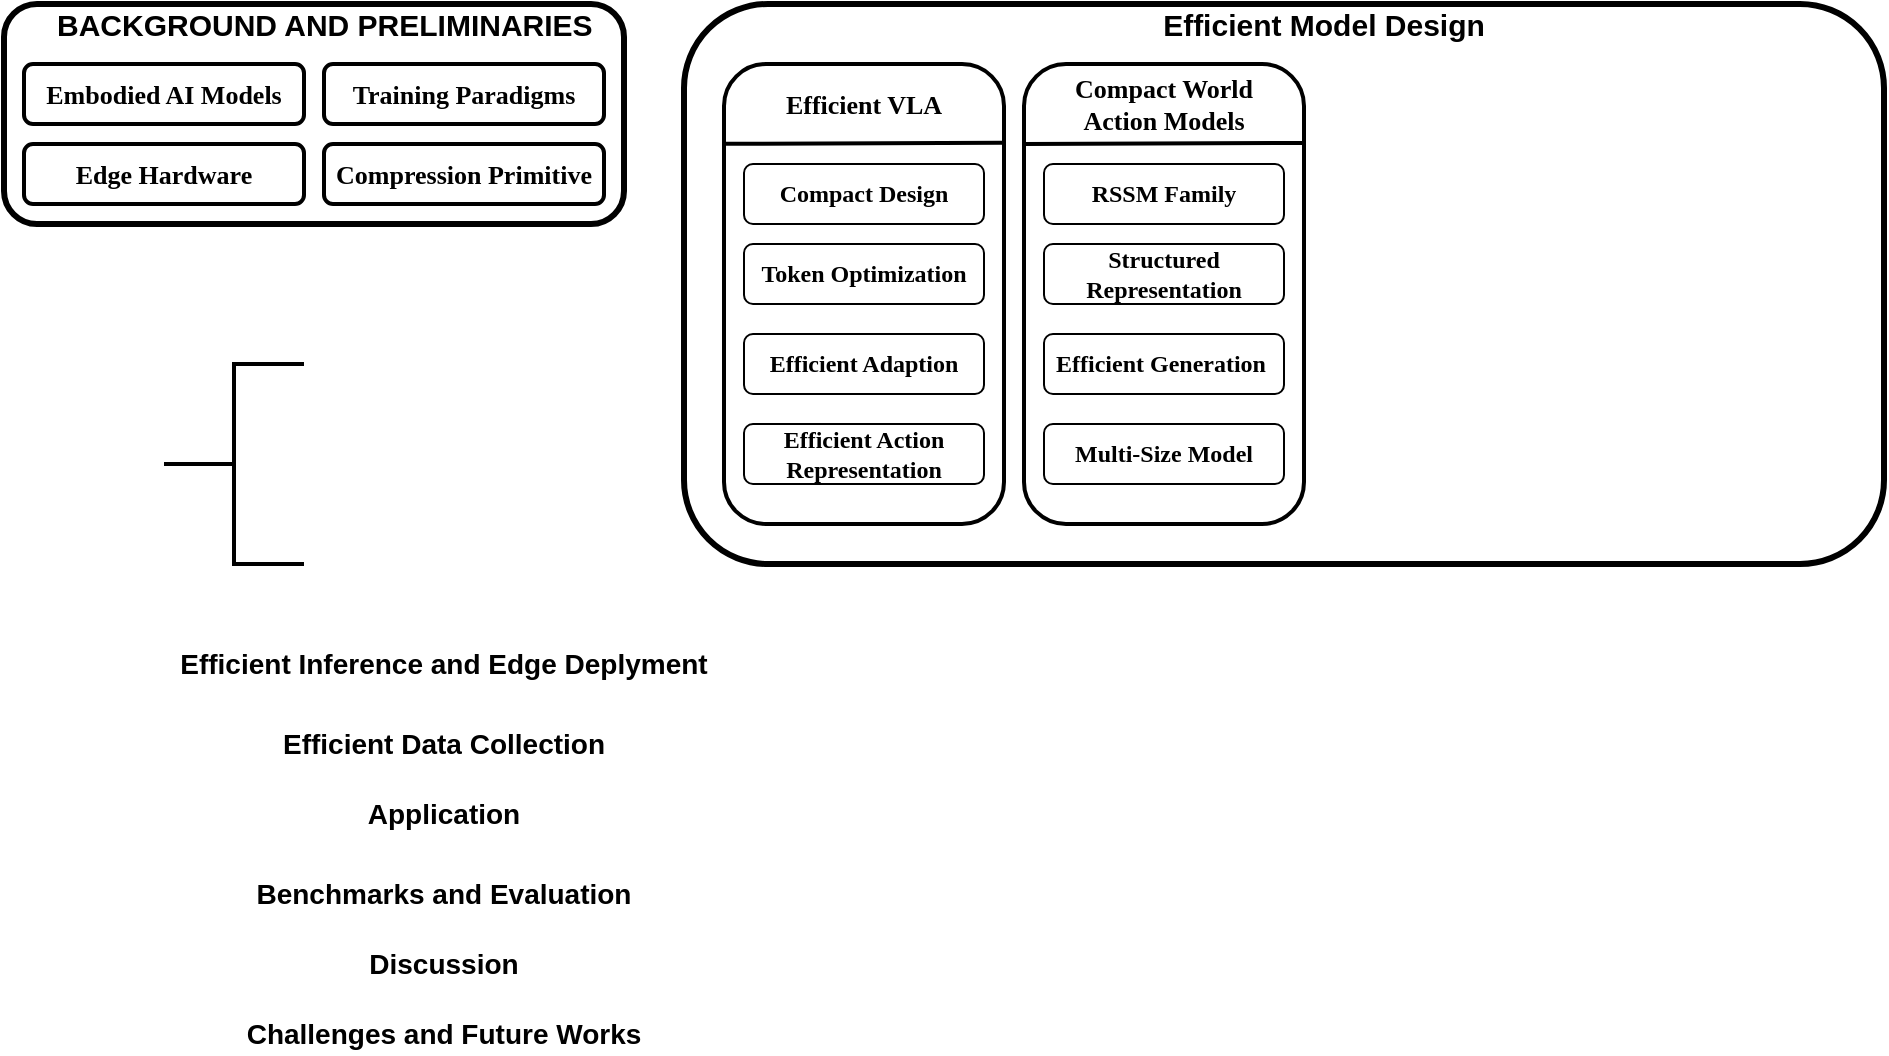
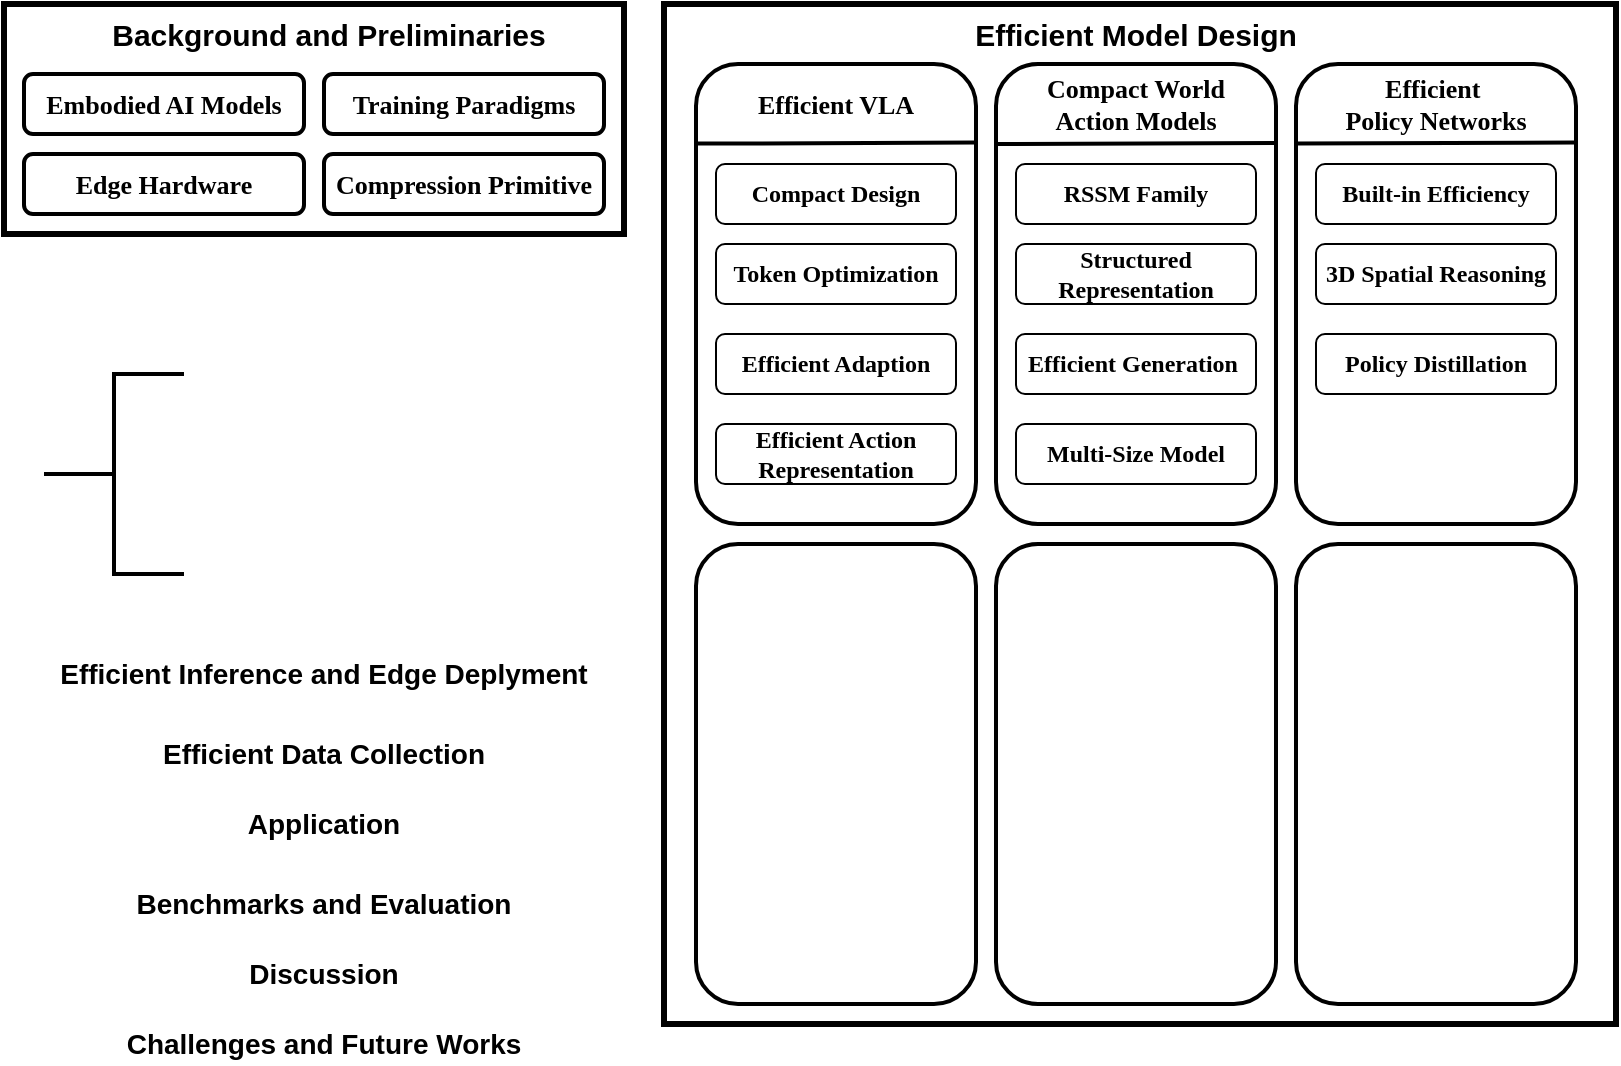
<mxfile host="app.diagrams.net">
  <diagram name="第 1 页" id="xv9Lnx2gyYwYQaEzt8dN">
-     <mxGraphModel dx="1063" dy="543" grid="1" gridSize="10" guides="1" tooltips="1" connect="1" arrows="1" fold="1" page="1" pageScale="1" pageWidth="827" pageHeight="1169" math="0" shadow="0">
+     <mxGraphModel dx="1285" dy="657" grid="1" gridSize="10" guides="1" tooltips="1" connect="1" arrows="1" fold="1" page="1" pageScale="1" pageWidth="827" pageHeight="1169" math="0" shadow="0">
      <root>
        <mxCell id="0" />
        <mxCell id="1" parent="0" />
-         <mxCell id="mN9CjeCU7Y2PogCVv73L-1" parent="1" style="rounded=1;whiteSpace=wrap;html=1;strokeWidth=3;" value="" vertex="1">
-           <mxGeometry height="110" width="310" x="70" y="60" as="geometry" />
+         <mxCell id="P4z1W6zyqtdSm3awDH87-12" parent="1" style="rounded=0;whiteSpace=wrap;html=1;strokeWidth=3;" value="" vertex="1">
+           <mxGeometry height="115" width="310" x="130" y="55" as="geometry" />
+         </mxCell>
+         <mxCell id="P4z1W6zyqtdSm3awDH87-11" parent="1" style="rounded=0;whiteSpace=wrap;html=1;strokeWidth=3;" value="" vertex="1">
+           <mxGeometry height="510" width="476" x="460" y="55" as="geometry" />
        </mxCell>
        <mxCell id="mN9CjeCU7Y2PogCVv73L-6" parent="1" style="rounded=1;whiteSpace=wrap;html=1;strokeWidth=2;" value="&lt;font style=&quot;font-size: 13px;&quot; face=&quot;Comic Sans MS&quot;&gt;&lt;b style=&quot;&quot;&gt;Training Paradigms&lt;/b&gt;&lt;/font&gt;" vertex="1">
-           <mxGeometry height="30" width="140" x="230" y="90" as="geometry" />
+           <mxGeometry height="30" width="140" x="290" y="90" as="geometry" />
        </mxCell>
        <mxCell id="mN9CjeCU7Y2PogCVv73L-5" parent="1" style="rounded=1;whiteSpace=wrap;html=1;strokeWidth=2;" value="&lt;font style=&quot;font-size: 13px;&quot; face=&quot;Comic Sans MS&quot;&gt;&lt;b style=&quot;&quot;&gt;Edge Hardware&lt;/b&gt;&lt;/font&gt;" vertex="1">
-           <mxGeometry height="30" width="140" x="80" y="130" as="geometry" />
+           <mxGeometry height="30" width="140" x="140" y="130" as="geometry" />
        </mxCell>
        <mxCell id="mN9CjeCU7Y2PogCVv73L-8" parent="1" style="rounded=1;whiteSpace=wrap;html=1;strokeWidth=2;" value="&lt;font style=&quot;font-size: 13px;&quot; face=&quot;Comic Sans MS&quot;&gt;&lt;b style=&quot;&quot;&gt;Compression Primitive&lt;/b&gt;&lt;/font&gt;" vertex="1">
-           <mxGeometry height="30" width="140" x="230" y="130" as="geometry" />
+           <mxGeometry height="30" width="140" x="290" y="130" as="geometry" />
        </mxCell>
        <mxCell id="mN9CjeCU7Y2PogCVv73L-4" parent="1" style="rounded=1;whiteSpace=wrap;html=1;strokeWidth=2;" value="&lt;font style=&quot;font-size: 13px;&quot; face=&quot;Comic Sans MS&quot;&gt;&lt;b style=&quot;&quot;&gt;Embodied AI Models&lt;/b&gt;&lt;/font&gt;" vertex="1">
-           <mxGeometry height="30" width="140" x="80" y="90" as="geometry" />
+           <mxGeometry height="30" width="140" x="140" y="90" as="geometry" />
        </mxCell>
-         <mxCell id="mN9CjeCU7Y2PogCVv73L-2" parent="1" style="text;html=1;whiteSpace=wrap;strokeColor=none;fillColor=none;align=center;verticalAlign=middle;rounded=0;" value="&lt;font face=&quot;Helvetica&quot; style=&quot;font-size: 15px;&quot;&gt;&lt;b style=&quot;&quot;&gt;BACKGROUND AND PRELIMINARIES&amp;nbsp;&lt;/b&gt;&lt;/font&gt;" vertex="1">
-           <mxGeometry height="20" width="275" x="95" y="60" as="geometry" />
-         </mxCell>
-         <mxCell id="mN9CjeCU7Y2PogCVv73L-9" parent="1" style="rounded=1;whiteSpace=wrap;html=1;strokeWidth=3;" value="" vertex="1">
-           <mxGeometry height="280" width="600" x="410" y="60" as="geometry" />
+         <mxCell id="mN9CjeCU7Y2PogCVv73L-2" parent="1" style="text;html=1;whiteSpace=wrap;strokeColor=none;fillColor=none;align=center;verticalAlign=middle;rounded=0;" value="&lt;font face=&quot;Helvetica&quot; style=&quot;font-size: 15px;&quot;&gt;&lt;b style=&quot;&quot;&gt;Background and Preliminaries&lt;/b&gt;&lt;/font&gt;" vertex="1">
+           <mxGeometry height="20" width="275" x="155" y="60" as="geometry" />
        </mxCell>
        <mxCell id="mN9CjeCU7Y2PogCVv73L-10" parent="1" style="text;html=1;whiteSpace=wrap;strokeColor=none;fillColor=none;align=center;verticalAlign=middle;rounded=0;" value="&lt;font face=&quot;Helvetica&quot; style=&quot;font-size: 15px;&quot;&gt;&lt;b style=&quot;&quot;&gt;Efficient Model Design&lt;/b&gt;&lt;/font&gt;" vertex="1">
-           <mxGeometry height="20" width="200" x="630" y="60" as="geometry" />
+           <mxGeometry height="20" width="200" x="596" y="60" as="geometry" />
        </mxCell>
        <mxCell id="mN9CjeCU7Y2PogCVv73L-11" parent="1" style="text;html=1;whiteSpace=wrap;strokeColor=none;fillColor=none;align=center;verticalAlign=middle;rounded=0;" value="&lt;font face=&quot;Helvetica&quot; style=&quot;font-size: 14px;&quot;&gt;&lt;b style=&quot;&quot;&gt;Efficient Inference and Edge Deplyment&lt;/b&gt;&lt;/font&gt;" vertex="1">
          <mxGeometry height="20" width="300" x="140" y="380" as="geometry" />
        </mxCell>
        <mxCell id="mN9CjeCU7Y2PogCVv73L-12" parent="1" style="text;html=1;whiteSpace=wrap;strokeColor=none;fillColor=none;align=center;verticalAlign=middle;rounded=0;" value="&lt;font face=&quot;Helvetica&quot; style=&quot;font-size: 14px;&quot;&gt;&lt;b style=&quot;&quot;&gt;Efficient Data Collection&lt;/b&gt;&lt;/font&gt;" vertex="1">
          <mxGeometry height="20" width="260" x="160" y="420" as="geometry" />
        </mxCell>
        <mxCell id="mN9CjeCU7Y2PogCVv73L-14" parent="1" style="text;html=1;whiteSpace=wrap;strokeColor=none;fillColor=none;align=center;verticalAlign=middle;rounded=0;" value="&lt;font face=&quot;Helvetica&quot; style=&quot;font-size: 14px;&quot;&gt;&lt;b style=&quot;&quot;&gt;Application&lt;/b&gt;&lt;/font&gt;" vertex="1">
          <mxGeometry height="20" width="260" x="160" y="455" as="geometry" />
        </mxCell>
        <mxCell id="mN9CjeCU7Y2PogCVv73L-15" parent="1" style="text;html=1;whiteSpace=wrap;strokeColor=none;fillColor=none;align=center;verticalAlign=middle;rounded=0;" value="&lt;font face=&quot;Helvetica&quot; style=&quot;font-size: 14px;&quot;&gt;&lt;b style=&quot;&quot;&gt;Benchmarks and Evaluation&lt;/b&gt;&lt;/font&gt;" vertex="1">
          <mxGeometry height="20" width="260" x="160" y="495" as="geometry" />
        </mxCell>
        <mxCell id="mN9CjeCU7Y2PogCVv73L-16" parent="1" style="text;html=1;whiteSpace=wrap;strokeColor=none;fillColor=none;align=center;verticalAlign=middle;rounded=0;" value="&lt;font face=&quot;Helvetica&quot; style=&quot;font-size: 14px;&quot;&gt;&lt;b style=&quot;&quot;&gt;Challenges and Future Works&lt;/b&gt;&lt;/font&gt;" vertex="1">
          <mxGeometry height="20" width="260" x="160" y="565" as="geometry" />
        </mxCell>
        <mxCell id="mN9CjeCU7Y2PogCVv73L-17" parent="1" style="text;html=1;whiteSpace=wrap;strokeColor=none;fillColor=none;align=center;verticalAlign=middle;rounded=0;" value="&lt;font face=&quot;Helvetica&quot; style=&quot;font-size: 14px;&quot;&gt;&lt;b style=&quot;&quot;&gt;Discussion&lt;/b&gt;&lt;/font&gt;" vertex="1">
          <mxGeometry height="20" width="260" x="160" y="530" as="geometry" />
        </mxCell>
        <mxCell id="mN9CjeCU7Y2PogCVv73L-18" parent="1" style="strokeWidth=2;html=1;shape=mxgraph.flowchart.annotation_2;align=left;labelPosition=right;pointerEvents=1;" value="" vertex="1">
          <mxGeometry height="100" width="70" x="150" y="240" as="geometry" />
        </mxCell>
        <mxCell id="mN9CjeCU7Y2PogCVv73L-19" parent="1" style="rounded=1;whiteSpace=wrap;html=1;strokeWidth=2;" value="" vertex="1">
-           <mxGeometry height="230" width="140" x="430" y="90" as="geometry" />
+           <mxGeometry height="230" width="140" x="476" y="85" as="geometry" />
        </mxCell>
        <mxCell id="mN9CjeCU7Y2PogCVv73L-20" parent="1" style="text;html=1;whiteSpace=wrap;strokeColor=none;fillColor=none;align=center;verticalAlign=middle;rounded=0;" value="&lt;b style=&quot;font-size: 13px;&quot;&gt;&lt;font face=&quot;Comic Sans MS&quot;&gt;Efficient VLA&lt;/font&gt;&lt;/b&gt;" vertex="1">
-           <mxGeometry height="20" width="120" x="440" y="100" as="geometry" />
+           <mxGeometry height="20" width="120" x="486" y="95" as="geometry" />
        </mxCell>
        <mxCell id="mN9CjeCU7Y2PogCVv73L-21" edge="1" parent="1" style="endArrow=none;html=1;rounded=0;entryX=0.996;entryY=0.065;entryDx=0;entryDy=0;entryPerimeter=0;strokeWidth=2;" value="">
          <mxGeometry height="50" relative="1" width="50" as="geometry">
-             <mxPoint x="430" y="129.93" as="sourcePoint" />
-             <mxPoint x="569.44" y="129.43" as="targetPoint" />
+             <mxPoint x="476.56" y="124.81" as="sourcePoint" />
+             <mxPoint x="616" y="124.31" as="targetPoint" />
          </mxGeometry>
        </mxCell>
        <mxCell id="mN9CjeCU7Y2PogCVv73L-22" parent="1" style="rounded=1;whiteSpace=wrap;html=1;" value="&lt;b&gt;&lt;font face=&quot;Comic Sans MS&quot;&gt;Compact Design&lt;/font&gt;&lt;/b&gt;" vertex="1">
-           <mxGeometry height="30" width="120" x="440" y="140" as="geometry" />
+           <mxGeometry height="30" width="120" x="486" y="135" as="geometry" />
        </mxCell>
        <mxCell id="mN9CjeCU7Y2PogCVv73L-23" parent="1" style="rounded=1;whiteSpace=wrap;html=1;" value="&lt;b&gt;&lt;font face=&quot;Comic Sans MS&quot;&gt;Efficient Adaption&lt;/font&gt;&lt;/b&gt;" vertex="1">
-           <mxGeometry height="30" width="120" x="440" y="225" as="geometry" />
+           <mxGeometry height="30" width="120" x="486" y="220" as="geometry" />
        </mxCell>
        <mxCell id="mN9CjeCU7Y2PogCVv73L-24" parent="1" style="rounded=1;whiteSpace=wrap;html=1;" value="&lt;font face=&quot;Comic Sans MS&quot;&gt;&lt;b&gt;Efficient Action Representation&lt;/b&gt;&lt;/font&gt;" vertex="1">
-           <mxGeometry height="30" width="120" x="440" y="270" as="geometry" />
+           <mxGeometry height="30" width="120" x="486" y="265" as="geometry" />
        </mxCell>
        <mxCell id="mN9CjeCU7Y2PogCVv73L-26" parent="1" style="rounded=1;whiteSpace=wrap;html=1;" value="&lt;b&gt;&lt;font face=&quot;Comic Sans MS&quot;&gt;Token Optimization&lt;/font&gt;&lt;/b&gt;" vertex="1">
-           <mxGeometry height="30" width="120" x="440" y="180" as="geometry" />
+           <mxGeometry height="30" width="120" x="486" y="175" as="geometry" />
        </mxCell>
        <mxCell id="mN9CjeCU7Y2PogCVv73L-27" parent="1" style="rounded=1;whiteSpace=wrap;html=1;strokeWidth=2;" value="" vertex="1">
-           <mxGeometry height="230" width="140" x="580" y="90" as="geometry" />
+           <mxGeometry height="230" width="140" x="626" y="85" as="geometry" />
        </mxCell>
        <mxCell id="mN9CjeCU7Y2PogCVv73L-28" parent="1" style="text;html=1;whiteSpace=wrap;strokeColor=none;fillColor=none;align=center;verticalAlign=middle;rounded=0;" value="&lt;b style=&quot;font-size: 13px;&quot;&gt;&lt;font face=&quot;Comic Sans MS&quot;&gt;Compact World Action Models&lt;/font&gt;&lt;/b&gt;" vertex="1">
-           <mxGeometry height="20" width="120" x="590" y="100" as="geometry" />
+           <mxGeometry height="20" width="120" x="636" y="95" as="geometry" />
        </mxCell>
        <mxCell id="mN9CjeCU7Y2PogCVv73L-29" edge="1" parent="1" style="endArrow=none;html=1;rounded=0;entryX=0.996;entryY=0.065;entryDx=0;entryDy=0;entryPerimeter=0;strokeWidth=2;" value="">
          <mxGeometry height="50" relative="1" width="50" as="geometry">
-             <mxPoint x="580.56" y="130" as="sourcePoint" />
-             <mxPoint x="720" y="129.5" as="targetPoint" />
+             <mxPoint x="626.56" y="125" as="sourcePoint" />
+             <mxPoint x="766" y="124.5" as="targetPoint" />
          </mxGeometry>
        </mxCell>
        <mxCell id="mN9CjeCU7Y2PogCVv73L-30" parent="1" style="rounded=1;whiteSpace=wrap;html=1;" value="&lt;b&gt;&lt;font face=&quot;Comic Sans MS&quot;&gt;RSSM Family&lt;/font&gt;&lt;/b&gt;" vertex="1">
-           <mxGeometry height="30" width="120" x="590" y="140" as="geometry" />
+           <mxGeometry height="30" width="120" x="636" y="135" as="geometry" />
        </mxCell>
        <mxCell id="mN9CjeCU7Y2PogCVv73L-31" parent="1" style="rounded=1;whiteSpace=wrap;html=1;" value="&lt;b&gt;&lt;font face=&quot;Comic Sans MS&quot;&gt;Multi-Size Model&lt;/font&gt;&lt;/b&gt;" vertex="1">
-           <mxGeometry height="30" width="120" x="590" y="270" as="geometry" />
+           <mxGeometry height="30" width="120" x="636" y="265" as="geometry" />
        </mxCell>
        <mxCell id="mN9CjeCU7Y2PogCVv73L-32" parent="1" style="rounded=1;whiteSpace=wrap;html=1;" value="&lt;font face=&quot;Comic Sans MS&quot;&gt;&lt;b&gt;Efficient Generation&amp;nbsp;&lt;/b&gt;&lt;/font&gt;" vertex="1">
-           <mxGeometry height="30" width="120" x="590" y="225" as="geometry" />
+           <mxGeometry height="30" width="120" x="636" y="220" as="geometry" />
        </mxCell>
        <mxCell id="mN9CjeCU7Y2PogCVv73L-33" parent="1" style="rounded=1;whiteSpace=wrap;html=1;" value="&lt;b&gt;&lt;font face=&quot;Comic Sans MS&quot;&gt;Structured Representation&lt;/font&gt;&lt;/b&gt;" vertex="1">
-           <mxGeometry height="30" width="120" x="590" y="180" as="geometry" />
+           <mxGeometry height="30" width="120" x="636" y="175" as="geometry" />
+         </mxCell>
+         <mxCell id="P4z1W6zyqtdSm3awDH87-1" parent="1" style="rounded=1;whiteSpace=wrap;html=1;strokeWidth=2;" value="" vertex="1">
+           <mxGeometry height="230" width="140" x="776" y="85" as="geometry" />
+         </mxCell>
+         <mxCell id="P4z1W6zyqtdSm3awDH87-2" edge="1" parent="1" style="endArrow=none;html=1;rounded=0;entryX=0.996;entryY=0.065;entryDx=0;entryDy=0;entryPerimeter=0;strokeWidth=2;" value="">
+           <mxGeometry height="50" relative="1" width="50" as="geometry">
+             <mxPoint x="776.56" y="124.81" as="sourcePoint" />
+             <mxPoint x="916" y="124.31" as="targetPoint" />
+           </mxGeometry>
+         </mxCell>
+         <mxCell id="P4z1W6zyqtdSm3awDH87-3" parent="1" style="text;html=1;whiteSpace=wrap;strokeColor=none;fillColor=none;align=center;verticalAlign=middle;rounded=0;" value="&lt;b style=&quot;font-size: 13px;&quot;&gt;&lt;font face=&quot;Comic Sans MS&quot;&gt;Efficient&amp;nbsp;&lt;/font&gt;&lt;/b&gt;&lt;div&gt;&lt;b style=&quot;font-size: 13px;&quot;&gt;&lt;font face=&quot;Comic Sans MS&quot;&gt;Policy Networks&lt;/font&gt;&lt;/b&gt;&lt;/div&gt;" vertex="1">
+           <mxGeometry height="20" width="120" x="786" y="95" as="geometry" />
+         </mxCell>
+         <mxCell id="P4z1W6zyqtdSm3awDH87-4" parent="1" style="rounded=1;whiteSpace=wrap;html=1;" value="&lt;b&gt;&lt;font face=&quot;Comic Sans MS&quot;&gt;3D Spatial Reasoning&lt;/font&gt;&lt;/b&gt;" vertex="1">
+           <mxGeometry height="30" width="120" x="786" y="175" as="geometry" />
+         </mxCell>
+         <mxCell id="P4z1W6zyqtdSm3awDH87-6" parent="1" style="rounded=1;whiteSpace=wrap;html=1;" value="&lt;font face=&quot;Comic Sans MS&quot;&gt;&lt;b&gt;Policy Distillation&lt;/b&gt;&lt;/font&gt;" vertex="1">
+           <mxGeometry height="30" width="120" x="786" y="220" as="geometry" />
+         </mxCell>
+         <mxCell id="P4z1W6zyqtdSm3awDH87-7" parent="1" style="rounded=1;whiteSpace=wrap;html=1;" value="&lt;font face=&quot;Comic Sans MS&quot;&gt;&lt;b&gt;Built-in Efficiency&lt;/b&gt;&lt;/font&gt;" vertex="1">
+           <mxGeometry height="30" width="120" x="786" y="135" as="geometry" />
+         </mxCell>
+         <mxCell id="P4z1W6zyqtdSm3awDH87-8" parent="1" style="rounded=1;whiteSpace=wrap;html=1;strokeWidth=2;" value="" vertex="1">
+           <mxGeometry height="230" width="140" x="476" y="325" as="geometry" />
+         </mxCell>
+         <mxCell id="P4z1W6zyqtdSm3awDH87-9" parent="1" style="rounded=1;whiteSpace=wrap;html=1;strokeWidth=2;" value="" vertex="1">
+           <mxGeometry height="230" width="140" x="626" y="325" as="geometry" />
+         </mxCell>
+         <mxCell id="P4z1W6zyqtdSm3awDH87-10" parent="1" style="rounded=1;whiteSpace=wrap;html=1;strokeWidth=2;" value="" vertex="1">
+           <mxGeometry height="230" width="140" x="776" y="325" as="geometry" />
        </mxCell>
      </root>
    </mxGraphModel>
  </diagram>
</mxfile>
